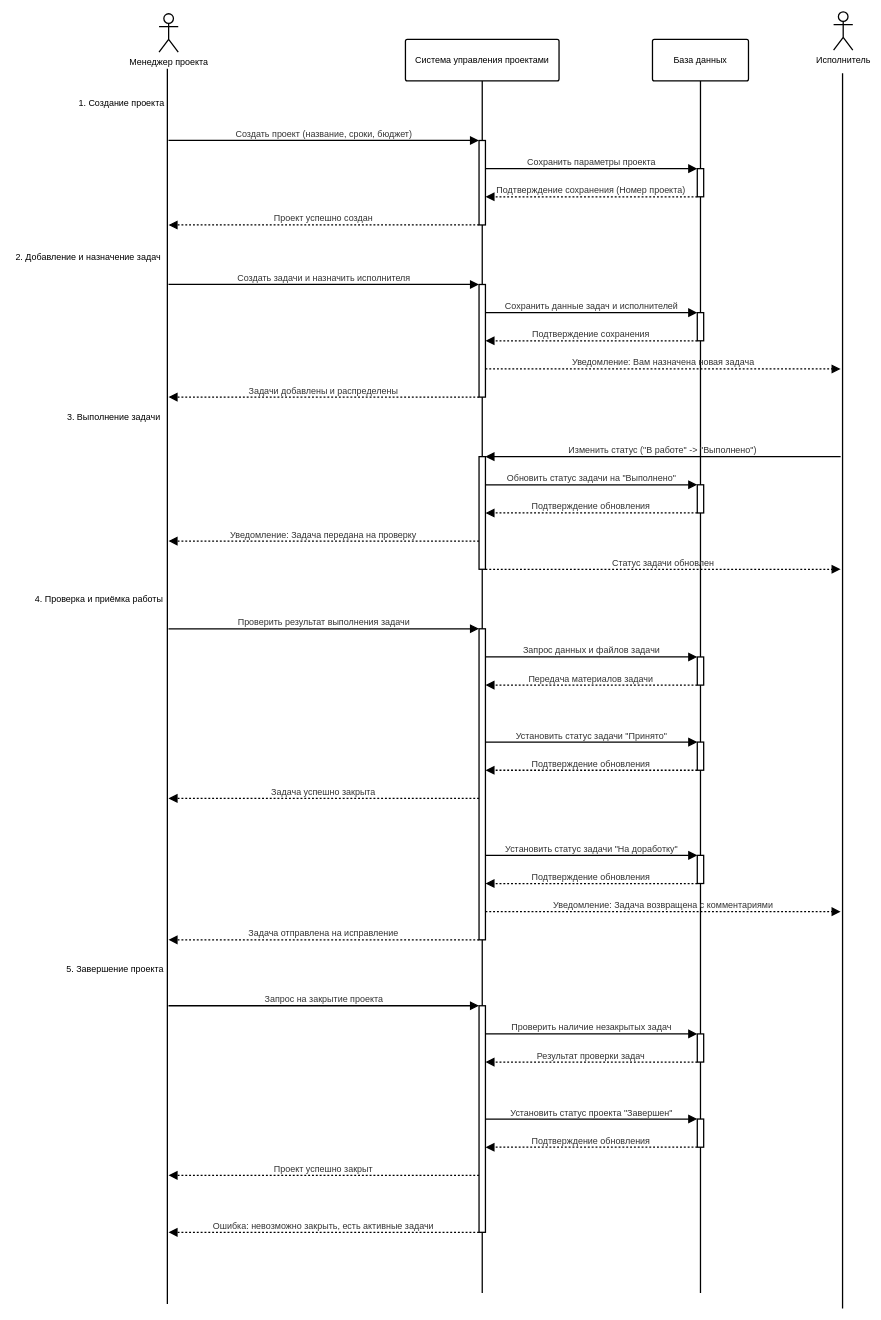
This is draw/Диаграмма без названия.drawio from egor417131/up3, a draw.io file, before an edit. Source tidied: cells renumbered, new cells numbered last; positions are measured from the earlier drawing's top-left corner, leaving out a move shared by most shapes. Both pictures are drawn from the tidied source at 64%, with x=0, y=0 at pixel (11, 12).
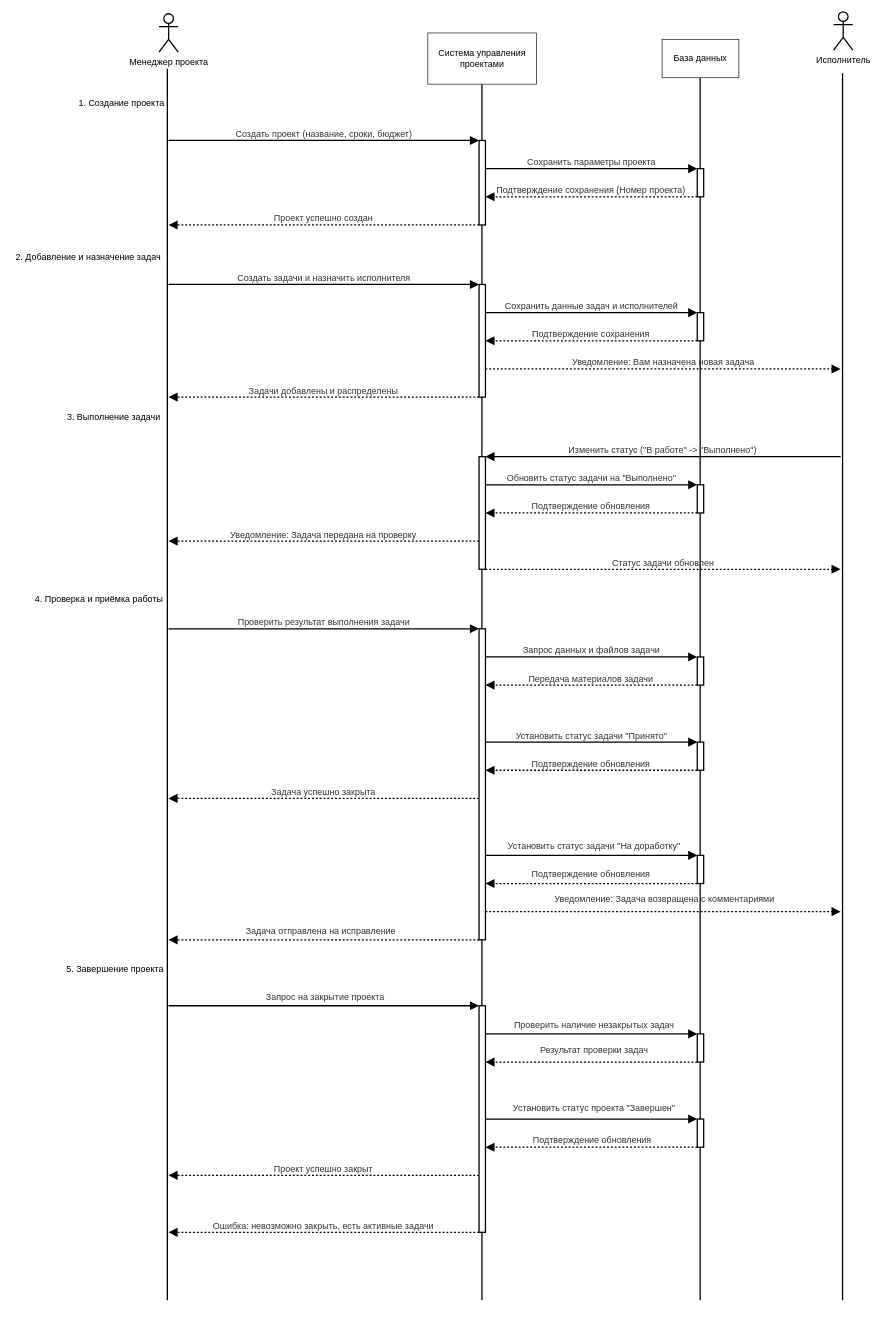
The same diagram, later.

Unchanged cells that the change refers to:
```xml
<mxCell id="43" style="html=1;points=[];perimeter=orthogonalPerimeter;outlineConnect=0;targetShapes=umlLifeline;portConstraint=eastwest;newEdgeStyle={&quot;edgeStyle&quot;:&quot;elbowEdgeStyle&quot;,&quot;elbow&quot;:&quot;vertical&quot;,&quot;curved&quot;:0,&quot;rounded&quot;:0};fontFamily=Helvetica;fontSize=14;strokeWidth=2;" parent="1" vertex="1">
  <mxGeometry x="731" y="964" width="10" height="486" as="geometry" />
</mxCell>
<mxCell id="44" style="html=1;points=[];perimeter=orthogonalPerimeter;outlineConnect=0;targetShapes=umlLifeline;portConstraint=eastwest;newEdgeStyle={&quot;edgeStyle&quot;:&quot;elbowEdgeStyle&quot;,&quot;elbow&quot;:&quot;vertical&quot;,&quot;curved&quot;:0,&quot;rounded&quot;:0};fontFamily=Helvetica;fontSize=14;strokeWidth=2;" parent="1" vertex="1">
  <mxGeometry x="731" y="1553" width="10" height="354" as="geometry" />
</mxCell>
<mxCell id="50" style="html=1;points=[];perimeter=orthogonalPerimeter;outlineConnect=0;targetShapes=umlLifeline;portConstraint=eastwest;newEdgeStyle={&quot;edgeStyle&quot;:&quot;elbowEdgeStyle&quot;,&quot;elbow&quot;:&quot;vertical&quot;,&quot;curved&quot;:0,&quot;rounded&quot;:0};fontFamily=Helvetica;fontSize=14;strokeWidth=2;" parent="1" vertex="1">
  <mxGeometry x="1072" y="1318" width="10" height="44" as="geometry" />
</mxCell>
<mxCell id="51" style="html=1;points=[];perimeter=orthogonalPerimeter;outlineConnect=0;targetShapes=umlLifeline;portConstraint=eastwest;newEdgeStyle={&quot;edgeStyle&quot;:&quot;elbowEdgeStyle&quot;,&quot;elbow&quot;:&quot;vertical&quot;,&quot;curved&quot;:0,&quot;rounded&quot;:0};fontFamily=Helvetica;fontSize=14;strokeWidth=2;" parent="1" vertex="1">
  <mxGeometry x="1072" y="1597" width="10" height="44" as="geometry" />
</mxCell>
<mxCell id="52" style="html=1;points=[];perimeter=orthogonalPerimeter;outlineConnect=0;targetShapes=umlLifeline;portConstraint=eastwest;newEdgeStyle={&quot;edgeStyle&quot;:&quot;elbowEdgeStyle&quot;,&quot;elbow&quot;:&quot;vertical&quot;,&quot;curved&quot;:0,&quot;rounded&quot;:0};fontFamily=Helvetica;fontSize=14;strokeWidth=2;" parent="1" vertex="1">
  <mxGeometry x="1072" y="1730" width="10" height="44" as="geometry" />
</mxCell>
```

What changed in the source:
```diff
@@
-    <mxCell id="2" value="Система управления проектами" style="html=1;shape=umlLifeline;perimeter=lifelinePerimeter;whiteSpace=wrap;newEdgeStyle={&quot;edgeStyle&quot;:&quot;elbowEdgeStyle&quot;,&quot;elbow&quot;:&quot;vertical&quot;,&quot;curved&quot;:0,&quot;rounded&quot;:0};lifelineDashed=0;strokeWidth=2;rounded=1;absoluteArcSize=1;arcSize=6;lifelineColor=light-dark(#9370DB,#cccccc);size=65;lifelineMirror=0;fontFamily=Helvetica;fontSize=14;" parent="1" vertex="1">
-      <mxGeometry x="616" y="43" width="240" height="1959" as="geometry" />
-    </mxCell>
-    <mxCell id="3" value="База данных" style="html=1;shape=umlLifeline;perimeter=lifelinePerimeter;whiteSpace=wrap;newEdgeStyle={&quot;edgeStyle&quot;:&quot;elbowEdgeStyle&quot;,&quot;elbow&quot;:&quot;vertical&quot;,&quot;curved&quot;:0,&quot;rounded&quot;:0};lifelineDashed=0;strokeWidth=2;rounded=1;absoluteArcSize=1;arcSize=6;lifelineColor=light-dark(#9370DB,#cccccc);size=65;lifelineMirror=0;fontFamily=Helvetica;fontSize=14;" parent="1" vertex="1">
-      <mxGeometry x="1002" y="43" width="150" height="1959" as="geometry" />
-    </mxCell>
+    <mxCell id="57" style="endArrow=none;html=1;rounded=0;strokeWidth=2;fontSize=14;" parent="1" edge="1">
+      <mxGeometry relative="1" as="geometry">
+        <mxPoint x="735.5" y="113" as="sourcePoint" />
+        <mxPoint x="735.5" y="2013" as="targetPoint" />
+      </mxGeometry>
+    </mxCell>
+    <mxCell id="58" style="endArrow=none;html=1;rounded=0;strokeWidth=2;fontSize=14;" parent="1" edge="1">
+      <mxGeometry relative="1" as="geometry">
+        <mxPoint x="1076.5" y="103" as="sourcePoint" />
+        <mxPoint x="1076.5" y="2013" as="targetPoint" />
+      </mxGeometry>
+    </mxCell>
@@
     <mxCell id="24" value="Установить статус задачи &quot;На доработку&quot;" style="endArrow=block;endSize=9;verticalAlign=bottom;edgeStyle=elbowEdgeStyle;elbow=vertical;curved=0;rounded=0;fontSize=14;labelBackgroundColor=none;strokeWidth=2;fontColor=light-dark(#333333,#cccccc);fontFamily=Helvetica;" parent="1" edge="1" source="43" target="50">
-      <mxGeometry relative="1" as="geometry">
+      <mxGeometry x="0.03" y="5" relative="1" as="geometry">
         <Array as="points">
           <mxPoint x="907" y="1318" />
         </Array>
       </mxGeometry>
     </mxCell>
     <mxCell id="25" value="Подтверждение обновления" style="dashed=1;fixDash=1;dashPattern=3 3;endArrow=block;endSize=9;verticalAlign=bottom;edgeStyle=elbowEdgeStyle;elbow=vertical;curved=0;rounded=0;fontSize=14;labelBackgroundColor=none;strokeWidth=2;fontColor=light-dark(#333333,#cccccc);fontFamily=Helvetica;" parent="1" edge="1" source="50" target="43">
-      <mxGeometry relative="1" as="geometry">
+      <mxGeometry y="-5" relative="1" as="geometry">
         <Array as="points">
           <mxPoint x="907" y="1362" />
         </Array>
       </mxGeometry>
     </mxCell>
     <mxCell id="26" value="Уведомление: Задача возвращена с комментариями" style="dashed=1;fixDash=1;dashPattern=3 3;endArrow=block;endSize=9;verticalAlign=bottom;edgeStyle=elbowEdgeStyle;elbow=vertical;curved=0;rounded=0;fontSize=14;labelBackgroundColor=none;strokeWidth=2;fontColor=light-dark(#333333,#cccccc);fontFamily=Helvetica;" parent="1" edge="1" source="43">
-      <mxGeometry relative="1" as="geometry">
+      <mxGeometry x="0.01" y="9" relative="1" as="geometry">
         <mxPoint x="1296" y="1406" as="targetPoint" />
         <Array as="points">
           <mxPoint x="1019" y="1406" />
         </Array>
       </mxGeometry>
     </mxCell>
     <mxCell id="27" value="Задача отправлена на исправление" style="dashed=1;fixDash=1;dashPattern=3 3;endArrow=block;endSize=9;verticalAlign=bottom;edgeStyle=elbowEdgeStyle;elbow=vertical;curved=0;rounded=0;fontSize=14;labelBackgroundColor=none;strokeWidth=2;fontColor=light-dark(#333333,#cccccc);fontFamily=Helvetica;" parent="1" edge="1" source="43">
-      <mxGeometry relative="1" as="geometry">
+      <mxGeometry x="0.02" y="-4" relative="1" as="geometry">
         <mxPoint x="245.8" y="1450" as="targetPoint" />
         <Array as="points">
           <mxPoint x="489" y="1450" />
         </Array>
       </mxGeometry>
     </mxCell>
     <mxCell id="28" value="Запрос на закрытие проекта" style="endArrow=block;endSize=9;verticalAlign=bottom;edgeStyle=elbowEdgeStyle;elbow=vertical;curved=0;rounded=0;fontSize=14;labelBackgroundColor=none;strokeWidth=2;fontColor=light-dark(#333333,#cccccc);fontFamily=Helvetica;" parent="1" edge="1" target="44">
-      <mxGeometry relative="1" as="geometry">
+      <mxGeometry x="0.01" y="4" relative="1" as="geometry">
         <mxPoint x="245.8" y="1553" as="sourcePoint" />
         <Array as="points">
           <mxPoint x="489" y="1553" />
         </Array>
       </mxGeometry>
     </mxCell>
     <mxCell id="29" value="Проверить наличие незакрытых задач" style="endArrow=block;endSize=9;verticalAlign=bottom;edgeStyle=elbowEdgeStyle;elbow=vertical;curved=0;rounded=0;fontSize=14;labelBackgroundColor=none;strokeWidth=2;fontColor=light-dark(#333333,#cccccc);fontFamily=Helvetica;" parent="1" edge="1" source="44" target="51">
-      <mxGeometry relative="1" as="geometry">
+      <mxGeometry x="0.03" y="4" relative="1" as="geometry">
         <Array as="points">
           <mxPoint x="907" y="1597" />
         </Array>
       </mxGeometry>
     </mxCell>
     <mxCell id="30" value="Результат проверки задач" style="dashed=1;fixDash=1;dashPattern=3 3;endArrow=block;endSize=9;verticalAlign=bottom;edgeStyle=elbowEdgeStyle;elbow=vertical;curved=0;rounded=0;fontSize=14;labelBackgroundColor=none;strokeWidth=2;fontColor=light-dark(#333333,#cccccc);fontFamily=Helvetica;" parent="1" edge="1" source="51" target="44">
-      <mxGeometry relative="1" as="geometry">
+      <mxGeometry x="-0.03" y="-8" relative="1" as="geometry">
         <Array as="points">
           <mxPoint x="907" y="1641" />
         </Array>
       </mxGeometry>
     </mxCell>
     <mxCell id="31" value="Установить статус проекта &quot;Завершен&quot;" style="endArrow=block;endSize=9;verticalAlign=bottom;edgeStyle=elbowEdgeStyle;elbow=vertical;curved=0;rounded=0;fontSize=14;labelBackgroundColor=none;strokeWidth=2;fontColor=light-dark(#333333,#cccccc);fontFamily=Helvetica;" parent="1" edge="1" source="44" target="52">
-      <mxGeometry relative="1" as="geometry">
+      <mxGeometry x="0.03" y="7" relative="1" as="geometry">
         <Array as="points">
           <mxPoint x="907" y="1730" />
         </Array>
       </mxGeometry>
     </mxCell>
     <mxCell id="32" value="Подтверждение обновления" style="dashed=1;fixDash=1;dashPattern=3 3;endArrow=block;endSize=9;verticalAlign=bottom;edgeStyle=elbowEdgeStyle;elbow=vertical;curved=0;rounded=0;fontSize=14;labelBackgroundColor=none;strokeWidth=2;fontColor=light-dark(#333333,#cccccc);fontFamily=Helvetica;" parent="1" edge="1" source="52" target="44">
-      <mxGeometry relative="1" as="geometry">
+      <mxGeometry x="-0.01" y="-1" relative="1" as="geometry">
         <Array as="points">
           <mxPoint x="907" y="1774" />
         </Array>
       </mxGeometry>
     </mxCell>
@@
     <mxCell id="55" style="endArrow=none;html=1;rounded=0;strokeWidth=2;fontSize=14;" parent="1" edge="1">
       <mxGeometry relative="1" as="geometry">
         <mxPoint x="1299" y="96" as="sourcePoint" />
-        <mxPoint x="1299" y="2026" as="targetPoint" />
+        <mxPoint x="1299" y="2013" as="targetPoint" />
       </mxGeometry>
     </mxCell>
     <mxCell id="56" style="endArrow=none;html=1;rounded=0;strokeWidth=2;fontSize=14;" parent="1" edge="1">
       <mxGeometry relative="1" as="geometry">
         <mxPoint x="244" y="89" as="sourcePoint" />
-        <mxPoint x="244" y="2019" as="targetPoint" />
+        <mxPoint x="244" y="2013" as="targetPoint" />
       </mxGeometry>
     </mxCell>
+    <mxCell id="2" value="&lt;span style=&quot;font-size: 14px;&quot;&gt;Система управления проектами&lt;/span&gt;" style="rounded=0;whiteSpace=wrap;html=1;" parent="1" vertex="1">
+      <mxGeometry x="651" y="33" width="170" height="80" as="geometry" />
+    </mxCell>
+    <mxCell id="3" value="&lt;span style=&quot;font-size: 14px;&quot;&gt;База данных&lt;/span&gt;" style="rounded=0;whiteSpace=wrap;html=1;" parent="1" vertex="1">
+      <mxGeometry x="1017" y="43" width="120" height="60" as="geometry" />
+    </mxCell>
```
